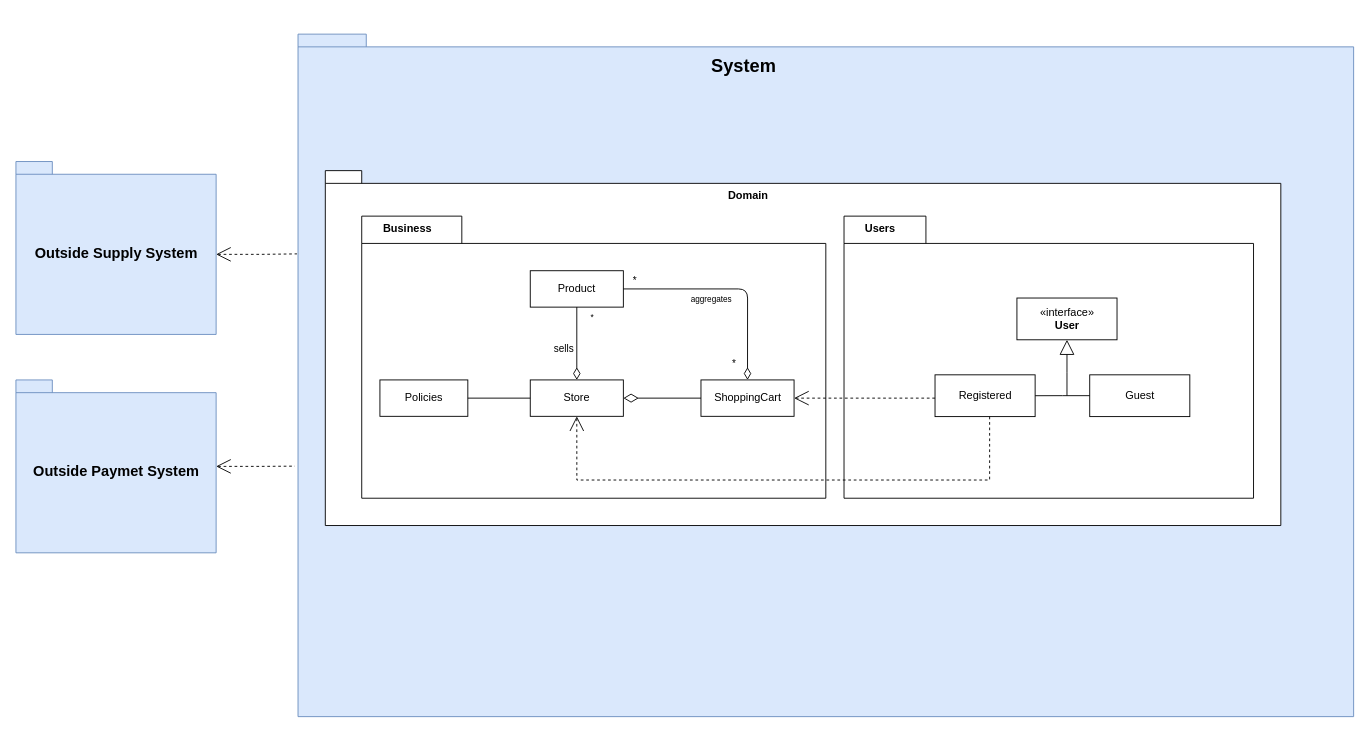
LevyIfta/Team-19B-Project keeps this draw.io diagram as מודל ארכיטקטורה.drawio. Above is the earlier version. Source tidied: cells renumbered, new cells numbered last; positions are measured from the earlier drawing's top-left corner, leaving out a move shared by most shapes. Both pictures are drawn from the tidied source at 91%, with x=0, y=0 at pixel (15, 34).
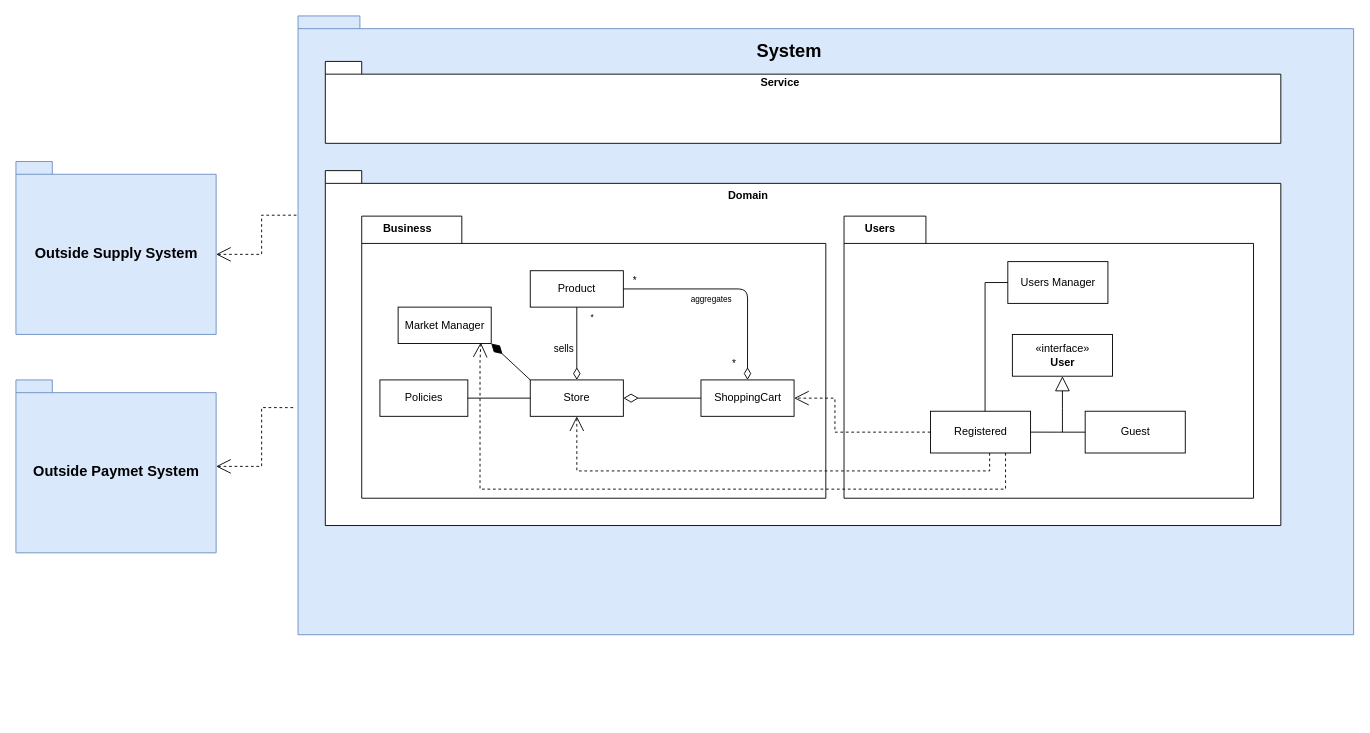
The same diagram, later.

Unchanged cells that the change refers to:
```xml
<mxCell id="8" style="group;" parent="1" vertex="1">
  <mxGeometry x="910" y="200" width="450" height="310" as="geometry" />
</mxCell>
<mxCell id="13" value="Registered" style="html=1;" parent="11" vertex="1">
  <mxGeometry y="84.4" width="110" height="45.9" as="geometry" />
</mxCell>
<mxCell id="19" style="group;" parent="1" vertex="1">
  <mxGeometry x="370" y="200" width="520" height="310" as="geometry" />
</mxCell>
<mxCell id="25" value="Store" style="html=1;" parent="24" vertex="1">
  <mxGeometry y="90" width="102.3" height="40" as="geometry" />
</mxCell>
<mxCell id="26" value="ShoppingCart" style="html=1;" parent="24" vertex="1">
  <mxGeometry x="187.6" y="90" width="102.3" height="40" as="geometry" />
</mxCell>
```

Change to the diagram source:
```diff
@@
     <mxCell id="2" style="shape=folder;fontStyle=1;spacingTop=10;tabWidth=40;tabHeight=14;tabPosition=left;html=1;fillColor=#dae8fc;strokeColor=#6c8ebf;" parent="1" vertex="1">
-      <mxGeometry x="310" width="1160" height="750" as="geometry" />
+      <mxGeometry x="310" y="-20" width="1160" height="680" as="geometry" />
     </mxCell>
@@
+    <mxCell id="37" value="Users Manager" style="html=1;" parent="8" vertex="1">
+      <mxGeometry x="180" y="50" width="110" height="45.9" as="geometry" />
+    </mxCell>
     <mxCell id="11" style="group;" parent="8" vertex="1">
-      <mxGeometry x="100" y="90" width="280" height="130.3" as="geometry" />
+      <mxGeometry x="95" y="130" width="280" height="130.3" as="geometry" />
     </mxCell>
@@
+    <mxCell id="38" style="edgeStyle=orthogonalEdgeStyle;rounded=0;jettySize=auto;html=1;exitX=0;exitY=0.5;exitDx=0;exitDy=0;endArrow=none;endFill=0;endSize=14;" parent="8" edge="1" source="37" target="13">
+      <mxGeometry relative="1" as="geometry">
+        <Array as="points">
+          <mxPoint x="155" y="73" />
+        </Array>
+      </mxGeometry>
+    </mxCell>
     <mxCell id="17" value="System" style="text;align=center;fontStyle=1;verticalAlign=middle;spacingLeft=3;spacingRight=3;strokeColor=none;fontSize=20;" parent="1" vertex="1">
-      <mxGeometry x="760" y="20" width="80" height="26" as="geometry" />
+      <mxGeometry x="810" y="4" width="80" height="26" as="geometry" />
     </mxCell>
@@
+    <mxCell id="39" value="Market Manager" style="html=1;" parent="19" vertex="1">
+      <mxGeometry x="50" y="100" width="102.3" height="40" as="geometry" />
+    </mxCell>
+    <mxCell id="40" style="endArrow=diamondThin;html=1;entryX=1;entryY=1;entryDx=0;entryDy=0;exitX=0;exitY=0;exitDx=0;exitDy=0;endFill=1;endSize=14;" parent="19" edge="1" source="25" target="39">
+      <mxGeometry relative="1" as="geometry" />
+    </mxCell>
-    <mxCell id="35" style="edgeStyle=orthogonalEdgeStyle;rounded=0;jettySize=auto;html=1;entryX=1;entryY=0.5;entryDx=0;entryDy=0;dashed=1;startArrow=none;startFill=0;startSize=14;endArrow=open;endFill=0;endSize=14;fontSize=12;" parent="1" edge="1" source="13" target="26">
+    <mxCell id="35" style="edgeStyle=orthogonalEdgeStyle;rounded=0;jettySize=auto;html=1;entryX=1;entryY=0.5;entryDx=0;entryDy=0;dashed=1;startArrow=none;startFill=0;startSize=14;endArrow=open;endFill=0;endSize=14;fontSize=12;exitX=0;exitY=0.5;exitDx=0;exitDy=0;" parent="1" edge="1" source="13" target="26">
       <mxGeometry relative="1" as="geometry">
         <Array as="points">
-          <mxPoint x="1010" y="400" />
-          <mxPoint x="1010" y="400" />
+          <mxPoint x="900" y="437" />
+          <mxPoint x="900" y="400" />
         </Array>
       </mxGeometry>
     </mxCell>
     <mxCell id="36" style="edgeStyle=orthogonalEdgeStyle;rounded=0;jettySize=auto;html=1;entryX=0.5;entryY=1;entryDx=0;entryDy=0;dashed=1;startArrow=none;startFill=0;startSize=14;endArrow=open;endFill=0;endSize=14;fontSize=12;" parent="1" edge="1" source="13" target="25">
       <mxGeometry relative="1" as="geometry">
         <Array as="points">
-          <mxPoint x="1070" y="490" />
-          <mxPoint x="616" y="490" />
+          <mxPoint x="1070" y="480" />
+          <mxPoint x="616" y="480" />
         </Array>
       </mxGeometry>
     </mxCell>
+    <mxCell id="41" style="shape=folder;fontStyle=1;spacingTop=10;tabWidth=40;tabHeight=14;tabPosition=left;html=1;" parent="1" vertex="1">
+      <mxGeometry x="340" y="30" width="1050" height="90" as="geometry" />
+    </mxCell>
+    <mxCell id="42" value="Service" style="text;align=center;fontStyle=1;verticalAlign=middle;spacingLeft=3;spacingRight=3;strokeColor=none;fontSize=12;" parent="1" vertex="1">
+      <mxGeometry x="800" y="40" width="80" height="26" as="geometry" />
+    </mxCell>
+    <mxCell id="43" style="edgeStyle=orthogonalEdgeStyle;rounded=0;jettySize=auto;html=1;entryX=0.888;entryY=0.973;entryDx=0;entryDy=0;dashed=1;startArrow=none;startFill=0;startSize=14;endArrow=open;endFill=0;endSize=14;fontSize=12;entryPerimeter=0;exitX=0.75;exitY=1;exitDx=0;exitDy=0;" parent="1" edge="1" source="13" target="39">
+      <mxGeometry relative="1" as="geometry">
+        <Array as="points">
+          <mxPoint x="1088" y="500" />
+          <mxPoint x="510" y="500" />
+          <mxPoint x="510" y="360" />
+          <mxPoint x="511" y="360" />
+        </Array>
+      </mxGeometry>
+    </mxCell>
```
